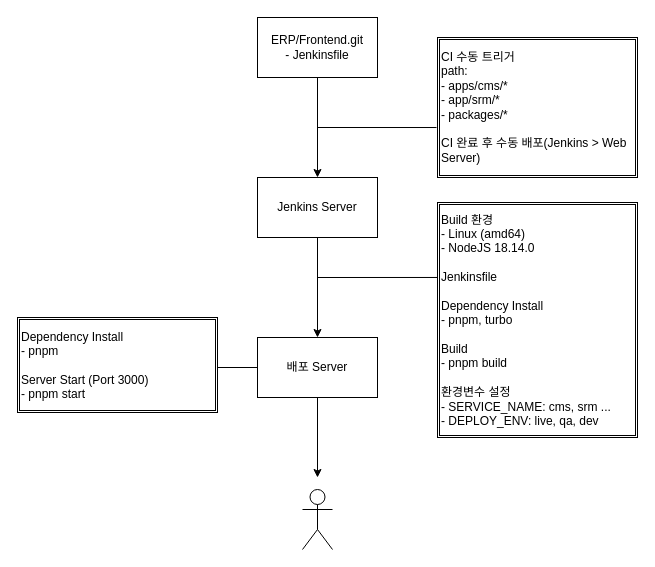
Before: fe_jenkins.drawio in khw1031/drawio, a draw.io diagram. Source tidied: cells renumbered, new cells numbered last; positions are measured from the earlier drawing's top-left corner, leaving out a move shared by most shapes. Both pictures are drawn from the tidied source at 100%, with x=0, y=0 at pixel (17, 17).
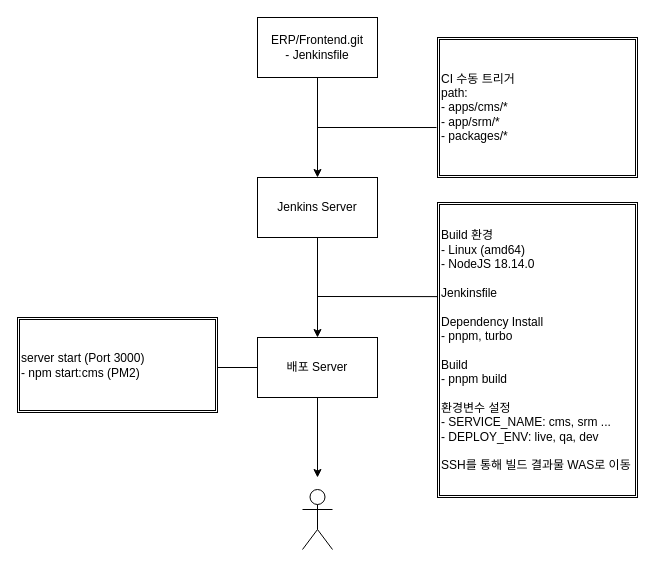
The same page after the edit.

What changed in the source:
```diff
@@
 <mxGraphModel>
   <root>
     <mxCell id="0" />
     <mxCell id="1" parent="0" />
     <mxCell id="2" value="ERP/Frontend.git&lt;br&gt;- Jenkinsfile" style="rounded=0;whiteSpace=wrap;html=1;" parent="1" vertex="1">
       <mxGeometry x="240" width="120" height="60" as="geometry" />
     </mxCell>
     <mxCell id="3" style="endArrow=classic;html=1;rounded=0;exitX=0.5;exitY=1;exitDx=0;exitDy=0;" parent="1" edge="1" source="2">
       <mxGeometry relative="1" as="geometry">
         <mxPoint x="300" y="160" as="targetPoint" />
       </mxGeometry>
     </mxCell>
-    <mxCell id="4" value="CI 수동 트리거&lt;br&gt;path:&amp;nbsp;&lt;br&gt;- apps/cms/*&lt;br&gt;- app/srm/*&lt;br&gt;- packages/*&lt;br&gt;&lt;br&gt;CI 완료 후 수동 배포(Jenkins &amp;gt; Web Server)" style="shape=ext;double=1;rounded=0;whiteSpace=wrap;html=1;align=left;" parent="1" vertex="1">
+    <mxCell id="4" value="CI 수동 트리거&lt;br&gt;path:&amp;nbsp;&lt;br&gt;- apps/cms/*&lt;br&gt;- app/srm/*&lt;br&gt;- packages/*" style="shape=ext;double=1;rounded=0;whiteSpace=wrap;html=1;align=left;" parent="1" vertex="1">
       <mxGeometry x="420" y="20" width="200" height="140" as="geometry" />
     </mxCell>
     <mxCell id="5" value="Jenkins Server" style="rounded=0;whiteSpace=wrap;html=1;" parent="1" vertex="1">
       <mxGeometry x="240" y="160" width="120" height="60" as="geometry" />
     </mxCell>
     <mxCell id="6" style="endArrow=none;html=1;rounded=0;entryX=-0.005;entryY=0.643;entryDx=0;entryDy=0;entryPerimeter=0;" parent="1" edge="1" target="4">
       <mxGeometry relative="1" as="geometry">
         <mxPoint x="300" y="110" as="sourcePoint" />
       </mxGeometry>
     </mxCell>
     <mxCell id="7" style="endArrow=classic;html=1;rounded=0;exitX=0.5;exitY=1;exitDx=0;exitDy=0;" parent="1" edge="1" source="5">
       <mxGeometry relative="1" as="geometry">
         <mxPoint x="300" y="320" as="targetPoint" />
       </mxGeometry>
     </mxCell>
-    <mxCell id="8" value="Build 환경&lt;br&gt;- Linux (amd64) &lt;br&gt;- NodeJS 18.14.0&lt;br&gt;&lt;br&gt;Jenkinsfile&lt;br&gt;&lt;br&gt;Dependency Install&lt;br&gt;- pnpm, turbo&lt;br&gt;&lt;br&gt;Build&lt;br&gt;- pnpm build&lt;br&gt;&lt;br&gt;환경변수 설정&lt;br&gt;- SERVICE_NAME: cms, srm ...&lt;br&gt;- DEPLOY_ENV: live, qa, dev" style="shape=ext;double=1;rounded=0;whiteSpace=wrap;html=1;align=left;" parent="1" vertex="1">
-      <mxGeometry x="420" y="185" width="200" height="235" as="geometry" />
+    <mxCell id="8" value="Build 환경&lt;br&gt;- Linux (amd64) &lt;br&gt;- NodeJS 18.14.0&lt;br&gt;&lt;br&gt;Jenkinsfile&lt;br&gt;&lt;br&gt;Dependency Install&lt;br&gt;- pnpm, turbo&lt;br&gt;&lt;br&gt;Build&lt;br&gt;- pnpm build&lt;br&gt;&lt;br&gt;환경변수 설정&lt;br&gt;- SERVICE_NAME: cms, srm ...&lt;br&gt;- DEPLOY_ENV: live, qa, dev&lt;br&gt;&lt;br&gt;SSH를 통해 빌드 결과물 WAS로 이동" style="shape=ext;double=1;rounded=0;whiteSpace=wrap;html=1;align=left;" parent="1" vertex="1">
+      <mxGeometry x="420" y="185" width="200" height="295" as="geometry" />
     </mxCell>
     <mxCell id="9" style="endArrow=none;html=1;rounded=0;entryX=0;entryY=0.319;entryDx=0;entryDy=0;entryPerimeter=0;" parent="1" edge="1" target="8">
       <mxGeometry relative="1" as="geometry">
-        <mxPoint x="300" y="260" as="sourcePoint" />
+        <mxPoint x="300" y="279" as="sourcePoint" />
       </mxGeometry>
     </mxCell>
     <mxCell id="10" value="배포 Server" style="rounded=0;whiteSpace=wrap;html=1;" parent="1" vertex="1">
       <mxGeometry x="240" y="320" width="120" height="60" as="geometry" />
     </mxCell>
     <mxCell id="11" style="endArrow=classic;html=1;rounded=0;" parent="1" edge="1">
       <mxGeometry relative="1" as="geometry">
         <mxPoint x="300" y="380" as="sourcePoint" />
         <mxPoint x="300" y="460" as="targetPoint" />
       </mxGeometry>
     </mxCell>
     <mxCell id="12" style="shape=umlActor;verticalLabelPosition=bottom;verticalAlign=top;html=1;" parent="1" vertex="1">
       <mxGeometry x="285" y="472" width="30" height="60" as="geometry" />
     </mxCell>
     <mxCell id="13" style="endArrow=none;html=1;rounded=0;" parent="1" edge="1">
       <mxGeometry relative="1" as="geometry">
         <mxPoint x="200" y="350" as="sourcePoint" />
         <mxPoint x="240" y="350" as="targetPoint" />
       </mxGeometry>
     </mxCell>
-    <mxCell id="14" value="Dependency Install&lt;br&gt;- pnpm&lt;br&gt;&lt;br&gt;Server Start (Port 3000)&lt;br&gt;- pnpm start" style="shape=ext;double=1;rounded=0;whiteSpace=wrap;html=1;align=left;" parent="1" vertex="1">
+    <mxCell id="14" value="server start (Port 3000)&amp;nbsp;&lt;br&gt;- npm start:cms (PM2)" style="shape=ext;double=1;rounded=0;whiteSpace=wrap;html=1;align=left;" parent="1" vertex="1">
       <mxGeometry y="300" width="200" height="95" as="geometry" />
     </mxCell>
   </root>
 </mxGraphModel>
```
